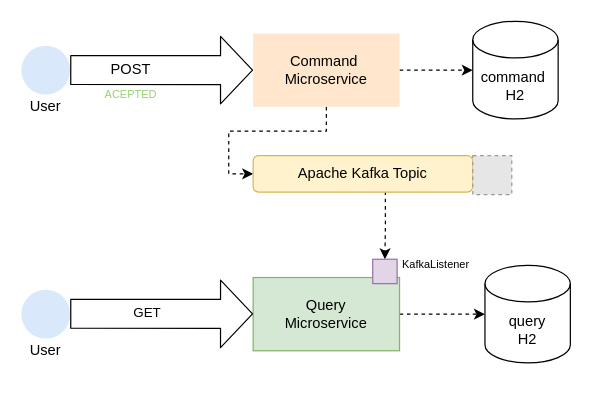
Before: cqrs.drawio in drubioa/demo-cqrs-kafka, a draw.io diagram. Source tidied: cells renumbered, new cells numbered last; positions are measured from the earlier drawing's top-left corner, leaving out a move shared by most shapes. Both pictures are drawn from the tidied source at 122%, with x=0, y=0 at pixel (21, 21). Pictures stored in the file or linked from it are replaced by grey dashed boxes.
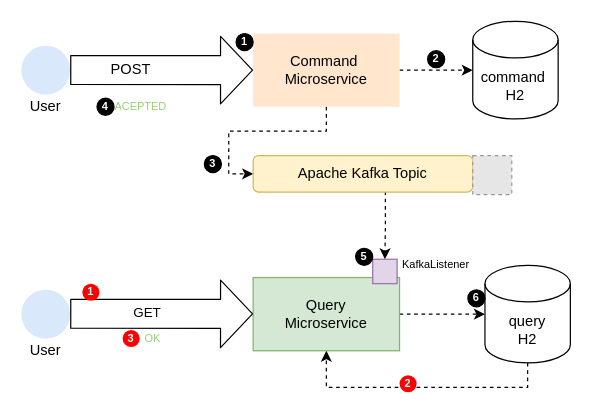
Above is the later version.

The change refers to these unchanged cells:
```xml
<mxCell id="14" value="Query&lt;br&gt;Microservice" style="rounded=0;whiteSpace=wrap;html=1;fillColor=#d5e8d4;strokeColor=#82b366;" parent="1" vertex="1">
  <mxGeometry x="190" y="210" width="120" height="60" as="geometry" />
</mxCell>
<mxCell id="17" value="query&lt;br&gt;H2" style="shape=cylinder3;whiteSpace=wrap;html=1;boundedLbl=1;backgroundOutline=1;size=15;" parent="1" vertex="1">
  <mxGeometry x="380" y="200" width="70" height="80" as="geometry" />
</mxCell>
```

The edit, as a diff of the source:
```diff
@@
+    <mxCell id="23" style="edgeStyle=orthogonalEdgeStyle;rounded=0;jettySize=auto;html=1;exitX=0.5;exitY=1;exitDx=0;exitDy=0;exitPerimeter=0;entryX=0.5;entryY=1;entryDx=0;entryDy=0;dashed=1;fontSize=9;" parent="1" edge="1" source="17" target="14">
+      <mxGeometry relative="1" as="geometry" />
+    </mxCell>
@@
     <mxCell id="22" value="&lt;font color=&quot;#97d077&quot;&gt;ACEPTED&lt;/font&gt;" style="text;html=1;strokeColor=none;fillColor=none;align=center;verticalAlign=middle;whiteSpace=wrap;rounded=0;fontSize=9;" parent="1" vertex="1">
-      <mxGeometry x="70" y="50" width="40" height="20" as="geometry" />
+      <mxGeometry x="78" y="60" width="40" height="20" as="geometry" />
     </mxCell>
+    <mxCell id="24" value="1" style="ellipse;whiteSpace=wrap;html=1;fontSize=9;labelBackgroundColor=#000000;fontColor=#FFFFFF;fontStyle=1;fillColor=#000000;" parent="1" vertex="1">
+      <mxGeometry x="176" y="10" width="14" height="14" as="geometry" />
+    </mxCell>
+    <mxCell id="25" value="2" style="ellipse;whiteSpace=wrap;html=1;fontSize=9;labelBackgroundColor=#000000;fontColor=#FFFFFF;fontStyle=1;fillColor=#000000;" parent="1" vertex="1">
+      <mxGeometry x="333" y="24" width="14" height="14" as="geometry" />
+    </mxCell>
+    <mxCell id="26" value="3" style="ellipse;whiteSpace=wrap;html=1;fontSize=9;labelBackgroundColor=#000000;fontColor=#FFFFFF;fontStyle=1;fillColor=#000000;" parent="1" vertex="1">
+      <mxGeometry x="150" y="110" width="14" height="14" as="geometry" />
+    </mxCell>
+    <mxCell id="27" value="5" style="ellipse;whiteSpace=wrap;html=1;fontSize=9;labelBackgroundColor=#000000;fontColor=#FFFFFF;fontStyle=1;fillColor=#000000;" parent="1" vertex="1">
+      <mxGeometry x="274" y="186" width="14" height="14" as="geometry" />
+    </mxCell>
+    <mxCell id="28" value="6" style="ellipse;whiteSpace=wrap;html=1;fontSize=9;labelBackgroundColor=#000000;fontColor=#FFFFFF;fontStyle=1;fillColor=#000000;" parent="1" vertex="1">
+      <mxGeometry x="366" y="220" width="14" height="14" as="geometry" />
+    </mxCell>
+    <mxCell id="29" value="1" style="ellipse;whiteSpace=wrap;html=1;fontSize=9;labelBackgroundColor=#FF0000;fontColor=#FFFFFF;fontStyle=1;fillColor=#FF0000;labelBorderColor=none;strokeColor=none;" parent="1" vertex="1">
+      <mxGeometry x="50" y="215" width="14" height="14" as="geometry" />
+    </mxCell>
+    <mxCell id="30" value="2" style="ellipse;whiteSpace=wrap;html=1;fontSize=9;labelBackgroundColor=#FF0000;fontColor=#FFFFFF;fontStyle=1;fillColor=#FF0000;labelBorderColor=none;strokeColor=none;" parent="1" vertex="1">
+      <mxGeometry x="310" y="290" width="14" height="14" as="geometry" />
+    </mxCell>
+    <mxCell id="31" value="4" style="ellipse;whiteSpace=wrap;html=1;fontSize=9;labelBackgroundColor=#000000;fontColor=#FFFFFF;fontStyle=1;fillColor=#000000;" parent="1" vertex="1">
+      <mxGeometry x="62" y="63" width="14" height="14" as="geometry" />
+    </mxCell>
+    <mxCell id="32" value="&lt;font color=&quot;#97d077&quot;&gt;OK&lt;/font&gt;" style="text;html=1;strokeColor=none;fillColor=none;align=center;verticalAlign=middle;whiteSpace=wrap;rounded=0;fontSize=9;" parent="1" vertex="1">
+      <mxGeometry x="88" y="250" width="40" height="20" as="geometry" />
+    </mxCell>
+    <mxCell id="33" value="3" style="ellipse;whiteSpace=wrap;html=1;fontSize=9;labelBackgroundColor=#FF0000;fontColor=#FFFFFF;fontStyle=1;fillColor=#FF0000;labelBorderColor=none;strokeColor=none;" parent="1" vertex="1">
+      <mxGeometry x="83" y="253" width="14" height="14" as="geometry" />
+    </mxCell>
```
